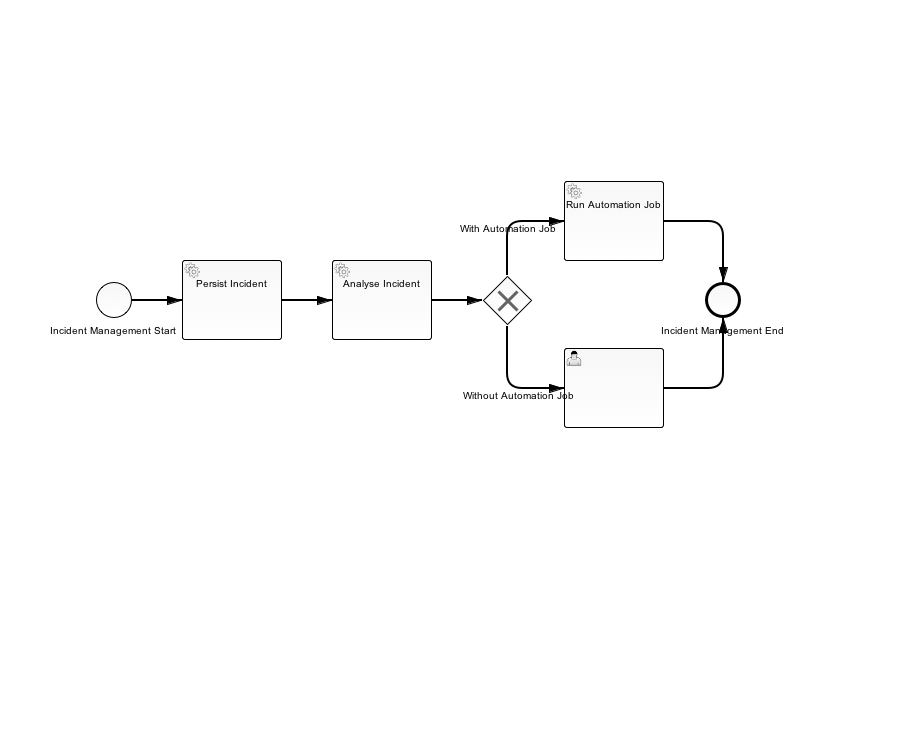
icclab/watchtower-workflow-camunda keeps this BPMN diagram as src/main/resources/CloudIncidentManagement.png. Above is the earlier version. Its source is kept beside it as src/main/resources/CloudIncidentManagement.bpmn. Ids are renumbered.
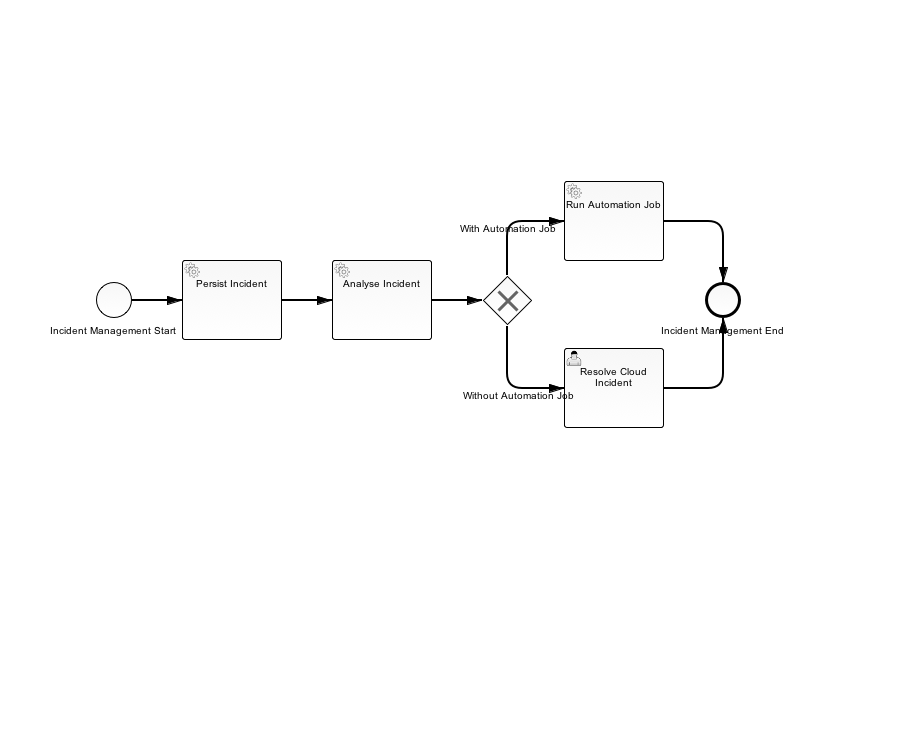
After the commit.

Change to the diagram source:
```diff
@@ -13,17 +13,22 @@
       <bpmn2:outgoing>SequenceFlow_2</bpmn2:outgoing>
     </bpmn2:serviceTask>
     <bpmn2:sequenceFlow id="SequenceFlow_2" name="" sourceRef="RunAutomationJob" targetRef="IncidentManagementEnd"/>
-    <bpmn2:sequenceFlow id="WithoutAutomationJob" name="Without Automation Job" sourceRef="ExclusiveGateway_2" targetRef="UserTask_2">
+    <bpmn2:sequenceFlow id="WithoutAutomationJob" name="Without Automation Job" sourceRef="ExclusiveGateway_2" targetRef="ResolveCloudIncident">
       <bpmn2:conditionExpression xsi:type="bpmn2:tFormalExpression">${hasJobs == false}</bpmn2:conditionExpression>
     </bpmn2:sequenceFlow>
     <bpmn2:sequenceFlow id="WithAutomationJob" name="With Automation Job" sourceRef="ExclusiveGateway_2" targetRef="RunAutomationJob">
       <bpmn2:conditionExpression xsi:type="bpmn2:tFormalExpression">${hasJobs == true}</bpmn2:conditionExpression>
     </bpmn2:sequenceFlow>
-    <bpmn2:userTask id="UserTask_2">
+    <bpmn2:userTask id="ResolveCloudIncident" camunda:formKey="embedded:app:forms/resolve-incident.html" camunda:candidateGroups="Operators" name="Resolve Cloud Incident">
+      <bpmn2:extensionElements>
+        <camunda:taskListener class="watchtower.workflow.camunda.listener.LoadIncidentListener" event="create"/>
+        <camunda:taskListener class="watchtower.workflow.camunda.listener.SaveIncidentListener" event="complete"/>
+        <camunda:taskListener class="watchtower.workflow.camunda.listener.SendEmailListener" event="assignment"/>
+      </bpmn2:extensionElements>
       <bpmn2:incoming>WithoutAutomationJob</bpmn2:incoming>
       <bpmn2:outgoing>SequenceFlow_15</bpmn2:outgoing>
     </bpmn2:userTask>
-    <bpmn2:sequenceFlow id="SequenceFlow_15" name="" sourceRef="UserTask_2" targetRef="IncidentManagementEnd"/>
+    <bpmn2:sequenceFlow id="SequenceFlow_15" name="" sourceRef="ResolveCloudIncident" targetRef="IncidentManagementEnd"/>
     <bpmn2:endEvent id="IncidentManagementEnd" name="Incident Management End">
       <bpmn2:incoming>SequenceFlow_2</bpmn2:incoming>
       <bpmn2:incoming>SequenceFlow_15</bpmn2:incoming>
@@ -68,7 +73,7 @@
       <bpmndi:BPMNShape id="_BPMNShape_ExclusiveGateway_3" bpmnElement="ExclusiveGateway_2" isMarkerVisible="true">
         <dc:Bounds height="50.0" width="50.0" x="482.0" y="275.0"/>
       </bpmndi:BPMNShape>
-      <bpmndi:BPMNShape id="_BPMNShape_UserTask_3" bpmnElement="UserTask_2">
+      <bpmndi:BPMNShape id="_BPMNShape_UserTask_3" bpmnElement="ResolveCloudIncident">
         <dc:Bounds height="80.0" width="100.0" x="564.0" y="348.0"/>
       </bpmndi:BPMNShape>
       <bpmndi:BPMNEdge id="BPMNEdge_SequenceFlow_13" bpmnElement="WithoutAutomationJob" sourceElement="_BPMNShape_ExclusiveGateway_3" targetElement="_BPMNShape_UserTask_3">
```
